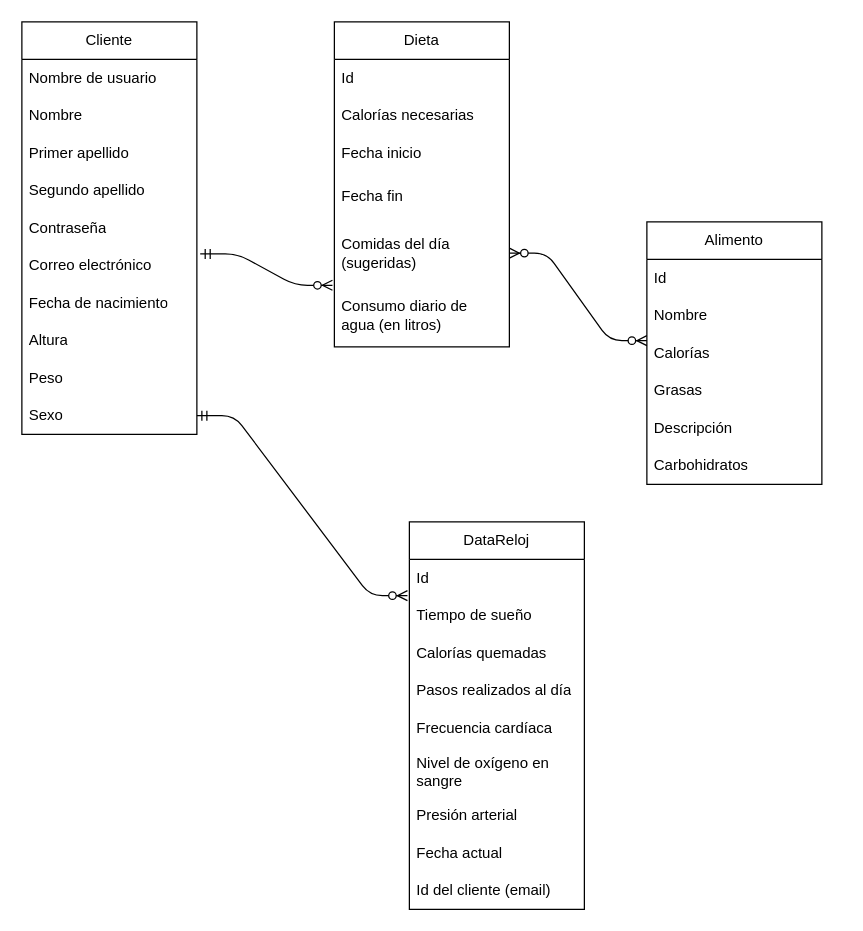
The draw.io diagram assets/draw-io-db-estructure.drawio in kateBea/Fitness-Tracker, before the edit. Source tidied: cells renumbered, new cells numbered last; positions are measured from the earlier drawing's top-left corner, leaving out a move shared by most shapes. Both pictures are drawn from the tidied source at 125%, with x=0, y=0 at pixel (21, 21).
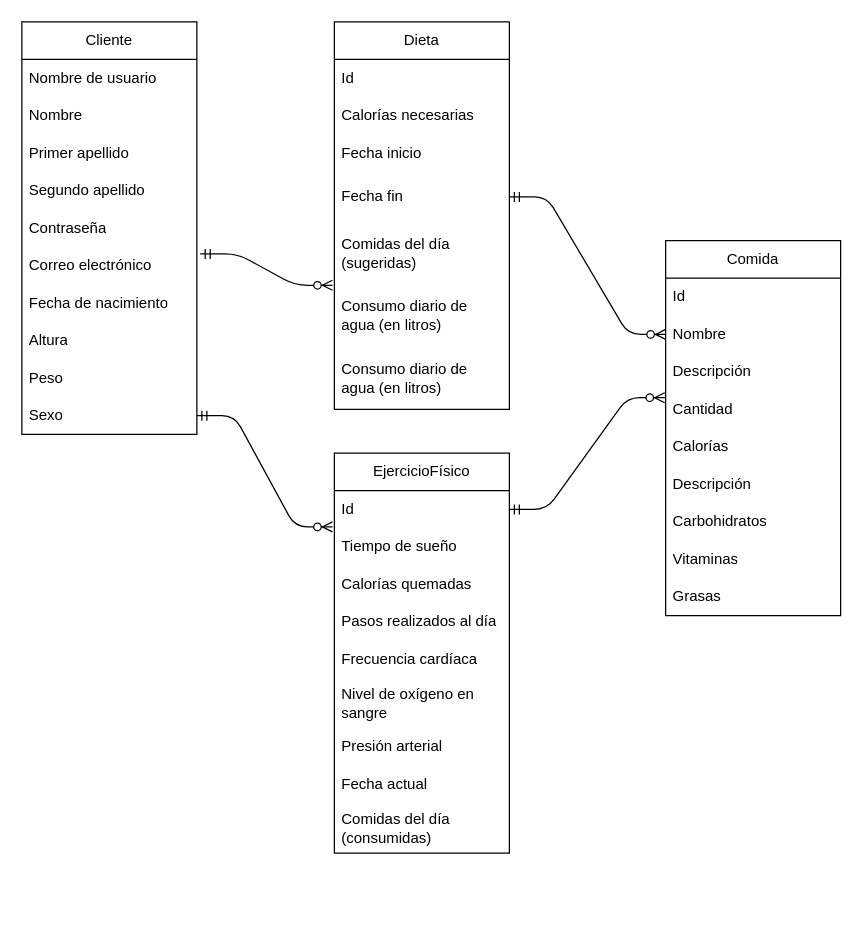
After the change.

Unchanged cells that the change refers to:
```xml
<mxCell id="17" value="Fecha fin" style="text;strokeColor=none;fillColor=none;align=left;verticalAlign=middle;spacingLeft=4;spacingRight=4;overflow=hidden;points=[[0,0.5],[1,0.5]];portConstraint=eastwest;whiteSpace=wrap;html=1;" parent="13" vertex="1">
  <mxGeometry y="120" width="140" height="40" as="geometry" />
</mxCell>
<mxCell id="18" value="Comidas del día (sugeridas)" style="text;strokeColor=none;fillColor=none;align=left;verticalAlign=middle;spacingLeft=4;spacingRight=4;overflow=hidden;points=[[0,0.5],[1,0.5]];portConstraint=eastwest;whiteSpace=wrap;html=1;" parent="13" vertex="1">
  <mxGeometry y="160" width="140" height="50" as="geometry" />
</mxCell>
<mxCell id="28" value="Id" style="text;strokeColor=none;fillColor=none;align=left;verticalAlign=middle;spacingLeft=4;spacingRight=4;overflow=hidden;points=[[0,0.5],[1,0.5]];portConstraint=eastwest;whiteSpace=wrap;html=1;" parent="27" vertex="1">
  <mxGeometry y="30" width="140" height="30" as="geometry" />
</mxCell>
```

Change to the diagram source:
```diff
@@
     <mxCell id="13" value="Dieta" style="swimlane;fontStyle=0;horizontal=1;startSize=30;whiteSpace=wrap;html=1;" parent="1" vertex="1">
-      <mxGeometry x="250" width="140" height="260" as="geometry" />
+      <mxGeometry x="250" width="140" height="310" as="geometry" />
     </mxCell>
@@
-    <mxCell id="20" value="Alimento" style="swimlane;fontStyle=0;horizontal=1;startSize=30;whiteSpace=wrap;html=1;" parent="1" vertex="1">
-      <mxGeometry x="500" y="160" width="140" height="210" as="geometry" />
-    </mxCell>
-    <mxCell id="21" value="Id" style="text;strokeColor=none;fillColor=none;align=left;verticalAlign=middle;spacingLeft=4;spacingRight=4;overflow=hidden;whiteSpace=wrap;html=1;" parent="20" vertex="1">
-      <mxGeometry y="30" width="140" height="30" as="geometry" />
-    </mxCell>
-    <mxCell id="22" value="Nombre" style="text;strokeColor=none;fillColor=none;align=left;verticalAlign=middle;spacingLeft=4;spacingRight=4;overflow=hidden;points=[[0,0.5],[1,0.5]];portConstraint=eastwest;whiteSpace=wrap;html=1;" parent="20" vertex="1">
-      <mxGeometry y="60" width="140" height="30" as="geometry" />
-    </mxCell>
-    <mxCell id="23" value="Calorías" style="text;strokeColor=none;fillColor=none;align=left;verticalAlign=middle;spacingLeft=4;spacingRight=4;overflow=hidden;whiteSpace=wrap;html=1;" parent="20" vertex="1">
-      <mxGeometry y="90" width="140" height="30" as="geometry" />
-    </mxCell>
-    <mxCell id="24" value="Grasas" style="text;strokeColor=none;fillColor=none;align=left;verticalAlign=middle;spacingLeft=4;spacingRight=4;overflow=hidden;whiteSpace=wrap;html=1;" parent="20" vertex="1">
-      <mxGeometry y="120" width="140" height="30" as="geometry" />
-    </mxCell>
-    <mxCell id="25" value="Descripción" style="text;strokeColor=none;fillColor=none;align=left;verticalAlign=middle;spacingLeft=4;spacingRight=4;overflow=hidden;whiteSpace=wrap;html=1;" parent="20" vertex="1">
-      <mxGeometry y="150" width="140" height="30" as="geometry" />
-    </mxCell>
-    <mxCell id="26" value="Carbohidratos" style="text;strokeColor=none;fillColor=none;align=left;verticalAlign=middle;spacingLeft=4;spacingRight=4;overflow=hidden;whiteSpace=wrap;html=1;" parent="20" vertex="1">
-      <mxGeometry y="180" width="140" height="30" as="geometry" />
-    </mxCell>
+    <mxCell id="40" value="Consumo diario de agua (en litros)" style="text;strokeColor=none;fillColor=none;align=left;verticalAlign=middle;spacingLeft=4;spacingRight=4;overflow=hidden;whiteSpace=wrap;html=1;" parent="13" vertex="1">
+      <mxGeometry y="260" width="140" height="50" as="geometry" />
+    </mxCell>
-    <mxCell id="27" value="DataReloj" style="swimlane;fontStyle=0;horizontal=1;startSize=30;whiteSpace=wrap;html=1;" parent="1" vertex="1">
-      <mxGeometry x="310" y="400" width="140" height="310" as="geometry" />
+    <mxCell id="27" value="EjercicioFísico" style="swimlane;fontStyle=0;horizontal=1;startSize=30;whiteSpace=wrap;html=1;" parent="1" vertex="1">
+      <mxGeometry x="250" y="345" width="140" height="320" as="geometry" />
     </mxCell>
@@
-    <mxCell id="36" value="Id del cliente (email)" style="text;strokeColor=none;fillColor=none;align=left;verticalAlign=middle;spacingLeft=4;spacingRight=4;overflow=hidden;whiteSpace=wrap;html=1;" parent="27" vertex="1">
-      <mxGeometry y="280" width="140" height="30" as="geometry" />
-    </mxCell>
+    <mxCell id="41" value="Comidas del día&lt;br&gt;(consumidas)" style="text;strokeColor=none;fillColor=none;align=left;verticalAlign=middle;spacingLeft=4;spacingRight=4;overflow=hidden;whiteSpace=wrap;html=1;" parent="27" vertex="1">
+      <mxGeometry y="280" width="140" height="40" as="geometry" />
+    </mxCell>
@@
-    <mxCell id="39" style="edgeStyle=entityRelationEdgeStyle;fontSize=12;html=1;endArrow=ERzeroToMany;endFill=1;startArrow=ERzeroToMany;exitX=1;exitY=0.5;exitDx=0;exitDy=0;" parent="1" edge="1" source="18">
-      <mxGeometry relative="1" as="geometry">
-        <mxPoint x="500" y="255" as="targetPoint" />
-      </mxGeometry>
-    </mxCell>
+    <mxCell id="42" value="Comida" style="swimlane;fontStyle=0;horizontal=1;startSize=30;whiteSpace=wrap;html=1;" parent="1" vertex="1">
+      <mxGeometry x="515" y="175" width="140" height="300" as="geometry" />
+    </mxCell>
+    <mxCell id="21" value="Id" style="text;strokeColor=none;fillColor=none;align=left;verticalAlign=middle;spacingLeft=4;spacingRight=4;overflow=hidden;whiteSpace=wrap;html=1;" parent="42" vertex="1">
+      <mxGeometry y="30" width="140" height="30" as="geometry" />
+    </mxCell>
+    <mxCell id="22" value="Nombre" style="text;strokeColor=none;fillColor=none;align=left;verticalAlign=middle;spacingLeft=4;spacingRight=4;overflow=hidden;points=[[0,0.5],[1,0.5]];portConstraint=eastwest;whiteSpace=wrap;html=1;" parent="42" vertex="1">
+      <mxGeometry y="60" width="140" height="30" as="geometry" />
+    </mxCell>
+    <mxCell id="43" value="Descripción" style="text;strokeColor=none;fillColor=none;align=left;verticalAlign=middle;spacingLeft=4;spacingRight=4;overflow=hidden;whiteSpace=wrap;html=1;" parent="42" vertex="1">
+      <mxGeometry y="90" width="140" height="30" as="geometry" />
+    </mxCell>
+    <mxCell id="44" value="Cantidad" style="text;strokeColor=none;fillColor=none;align=left;verticalAlign=middle;spacingLeft=4;spacingRight=4;overflow=hidden;points=[[0,0.5],[1,0.5]];portConstraint=eastwest;whiteSpace=wrap;html=1;" parent="42" vertex="1">
+      <mxGeometry y="120" width="140" height="30" as="geometry" />
+    </mxCell>
+    <mxCell id="23" value="Calorías" style="text;strokeColor=none;fillColor=none;align=left;verticalAlign=middle;spacingLeft=4;spacingRight=4;overflow=hidden;whiteSpace=wrap;html=1;" parent="42" vertex="1">
+      <mxGeometry y="150" width="140" height="30" as="geometry" />
+    </mxCell>
+    <mxCell id="45" value="Descripción" style="text;strokeColor=none;fillColor=none;align=left;verticalAlign=middle;spacingLeft=4;spacingRight=4;overflow=hidden;whiteSpace=wrap;html=1;" parent="42" vertex="1">
+      <mxGeometry y="180" width="140" height="30" as="geometry" />
+    </mxCell>
+    <mxCell id="26" value="Carbohidratos" style="text;strokeColor=none;fillColor=none;align=left;verticalAlign=middle;spacingLeft=4;spacingRight=4;overflow=hidden;whiteSpace=wrap;html=1;" parent="42" vertex="1">
+      <mxGeometry y="210" width="140" height="30" as="geometry" />
+    </mxCell>
+    <mxCell id="46" value="Vitaminas" style="text;strokeColor=none;fillColor=none;align=left;verticalAlign=middle;spacingLeft=4;spacingRight=4;overflow=hidden;whiteSpace=wrap;html=1;" parent="42" vertex="1">
+      <mxGeometry y="240" width="140" height="30" as="geometry" />
+    </mxCell>
+    <mxCell id="24" value="Grasas" style="text;strokeColor=none;fillColor=none;align=left;verticalAlign=middle;spacingLeft=4;spacingRight=4;overflow=hidden;whiteSpace=wrap;html=1;" parent="42" vertex="1">
+      <mxGeometry y="270" width="140" height="30" as="geometry" />
+    </mxCell>
+    <mxCell id="47" style="edgeStyle=entityRelationEdgeStyle;fontSize=12;html=1;endArrow=ERzeroToMany;startArrow=ERmandOne;entryX=-0.005;entryY=0.189;entryDx=0;entryDy=0;entryPerimeter=0;exitX=1;exitY=0.5;exitDx=0;exitDy=0;" parent="1" edge="1" source="28" target="44">
+      <mxGeometry relative="1" as="geometry" />
+    </mxCell>
+    <mxCell id="48" style="edgeStyle=entityRelationEdgeStyle;fontSize=12;html=1;endArrow=ERzeroToMany;startArrow=ERmandOne;entryX=0;entryY=0.5;entryDx=0;entryDy=0;exitX=1;exitY=0.5;exitDx=0;exitDy=0;" parent="1" edge="1" source="17" target="22">
+      <mxGeometry relative="1" as="geometry" />
+    </mxCell>
```
